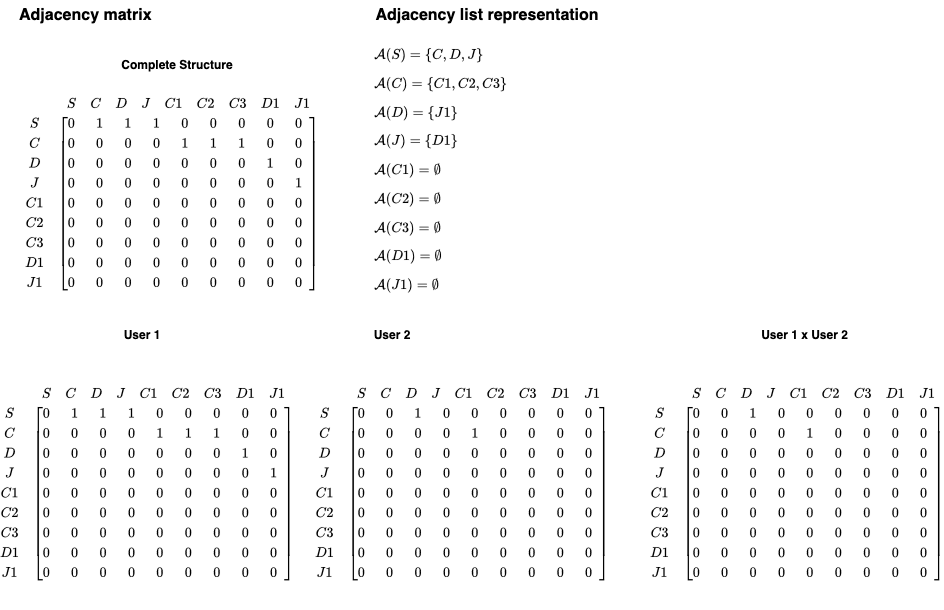
Before: design/geo-iam-Representation.drawio.png, a diagram exported from draw.io (heerden/geo-iam). Source tidied: cells renumbered, new cells last; positions are measured from the earlier drawing's top-left corner, leaving out a move shared by most shapes.
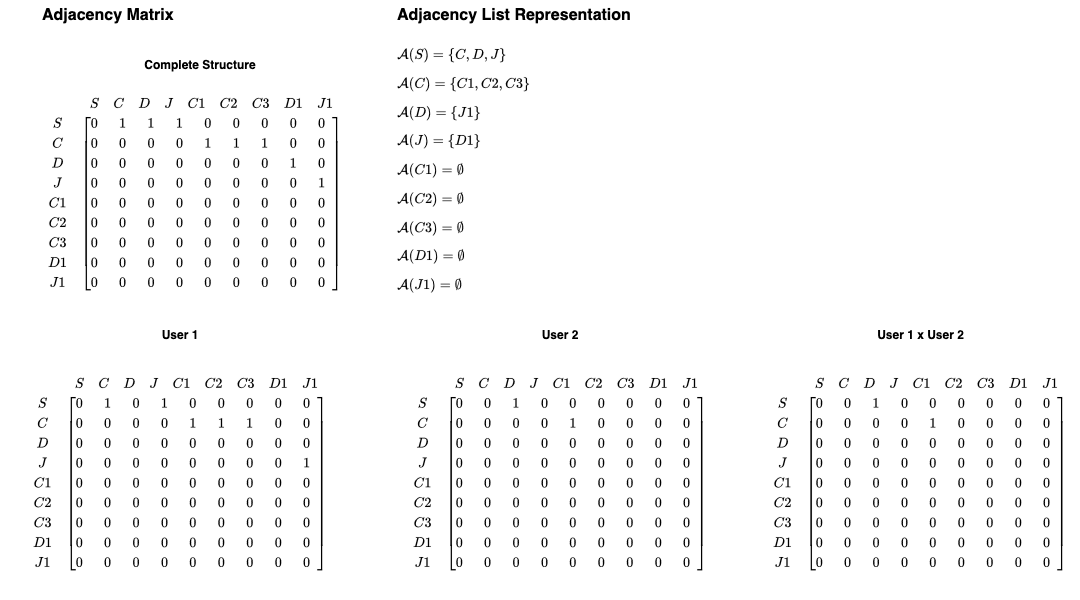
Above is the later version.

What changed in the source:
```diff
@@ -2,14 +2,14 @@
   <root>
     <mxCell id="0" />
     <mxCell id="1" parent="0" />
-    <mxCell id="2" value="Adjacency matrix" style="text;html=1;align=left;verticalAlign=middle;whiteSpace=wrap;rounded=0;fontStyle=1;fontSize=16;" parent="1" vertex="1">
+    <mxCell id="2" value="Adjacency Matrix" style="text;html=1;align=left;verticalAlign=middle;whiteSpace=wrap;rounded=0;fontStyle=1;fontSize=16;" parent="1" vertex="1">
       <mxGeometry x="10" width="230" height="30" as="geometry" />
     </mxCell>
     <mxCell id="3" value="$$&lt;br&gt;\begin{array}{c}&lt;br&gt;\begin{array}{c@{\hspace{0.5em}}c}&lt;br&gt;&amp;nbsp; &amp;amp; \begin{array}{ccccccccc}&lt;br&gt;&amp;nbsp;&amp;nbsp;&amp;nbsp; S &amp;amp; C &amp;amp; D &amp;amp; J &amp;amp; C1 &amp;amp; C2 &amp;amp; C3 &amp;amp; D1 &amp;amp; J1&lt;br&gt;&amp;nbsp; \end{array} \\&lt;br&gt;&amp;nbsp; \begin{array}{c}&lt;br&gt;&amp;nbsp;&amp;nbsp;&amp;nbsp; S \\ C \\ D \\ J \\ C1 \\ C2 \\ C3 \\ D1 \\ J1&lt;br&gt;&amp;nbsp; \end{array} &amp;amp;&lt;br&gt;&amp;nbsp; \left[&lt;br&gt;&amp;nbsp; \begin{array}{ccccccccc}&lt;br&gt;&amp;nbsp;&amp;nbsp;&amp;nbsp; 0\phantom{0} &amp;amp; 1\phantom{0} &amp;amp; 1\phantom{0} &amp;amp; 1\phantom{0} &amp;amp; 0\phantom{0} &amp;amp; 0\phantom{0} &amp;amp; 0\phantom{0} &amp;amp; 0\phantom{0} &amp;amp; 0\phantom{0} \\&lt;br&gt;&amp;nbsp;&amp;nbsp;&amp;nbsp; 0\phantom{0} &amp;amp; 0\phantom{0} &amp;amp; 0\phantom{0} &amp;amp; 0\phantom{0} &amp;amp; 1\phantom{0} &amp;amp; 1\phantom{0} &amp;amp; 1\phantom{0} &amp;amp; 0\phantom{0} &amp;amp; 0\phantom{0} \\&lt;br&gt;&amp;nbsp;&amp;nbsp;&amp;nbsp; 0\phantom{0} &amp;amp; 0\phantom{0} &amp;amp; 0\phantom{0} &amp;amp; 0\phantom{0} &amp;amp; 0\phantom{0} &amp;amp; 0\phantom{0} &amp;amp; 0\phantom{0} &amp;amp; 1\phantom{0} &amp;amp; 0\phantom{0} \\&lt;br&gt;&amp;nbsp;&amp;nbsp;&amp;nbsp; 0\phantom{0} &amp;amp; 0\phantom{0} &amp;amp; 0\phantom{0} &amp;amp; 0\phantom{0} &amp;amp; 0\phantom{0} &amp;amp; 0\phantom{0} &amp;amp; 0\phantom{0} &amp;amp; 0\phantom{0} &amp;amp; 1\phantom{0} \\&lt;br&gt;&amp;nbsp;&amp;nbsp;&amp;nbsp; 0\phantom{0} &amp;amp; 0\phantom{0} &amp;amp; 0\phantom{0} &amp;amp; 0\phantom{0} &amp;amp; 0\phantom{0} &amp;amp; 0\phantom{0} &amp;amp; 0\phantom{0} &amp;amp; 0\phantom{0} &amp;amp; 0\phantom{0} \\&lt;br&gt;&amp;nbsp;&amp;nbsp;&amp;nbsp; 0\phantom{0} &amp;amp; 0\phantom{0} &amp;amp; 0\phantom{0} &amp;amp; 0\phantom{0} &amp;amp; 0\phantom{0} &amp;amp; 0\phantom{0} &amp;amp; 0\phantom{0} &amp;amp; 0\phantom{0} &amp;amp; 0\phantom{0} \\&lt;br&gt;&amp;nbsp;&amp;nbsp;&amp;nbsp; 0\phantom{0} &amp;amp; 0\phantom{0} &amp;amp; 0\phantom{0} &amp;amp; 0\phantom{0} &amp;amp; 0\phantom{0} &amp;amp; 0\phantom{0} &amp;amp; 0\phantom{0} &amp;amp; 0\phantom{0} &amp;amp; 0\phantom{0} \\&lt;br&gt;&amp;nbsp;&amp;nbsp;&amp;nbsp; 0\phantom{0} &amp;amp; 0\phantom{0} &amp;amp; 0\phantom{0} &amp;amp; 0\phantom{0} &amp;amp; 0\phantom{0} &amp;amp; 0\phantom{0} &amp;amp; 0\phantom{0} &amp;amp; 0\phantom{0} &amp;amp; 0\phantom{0} \\&lt;br&gt;&amp;nbsp;&amp;nbsp;&amp;nbsp; 0\phantom{0} &amp;amp; 0\phantom{0} &amp;amp; 0\phantom{0} &amp;amp; 0\phantom{0} &amp;amp; 0\phantom{0} &amp;amp; 0\phantom{0} &amp;amp; 0\phantom{0} &amp;amp; 0\phantom{0} &amp;amp; 0\phantom{0} \\&lt;br&gt;&amp;nbsp; \end{array}&lt;br&gt;&amp;nbsp; \right]&lt;br&gt;\end{array}&lt;br&gt;\end{array}&lt;br&gt;$$&lt;div&gt;&lt;br&gt;&lt;/div&gt;" style="text;html=1;align=center;verticalAlign=middle;whiteSpace=wrap;rounded=0;" parent="1" vertex="1">
       <mxGeometry x="10" y="80" width="310" height="240" as="geometry" />
     </mxCell>
-    <mxCell id="4" value="Adjacency list representation" style="text;html=1;align=center;verticalAlign=middle;whiteSpace=wrap;rounded=0;fontStyle=1;fontSize=16;" parent="1" vertex="1">
-      <mxGeometry x="365" width="230" height="30" as="geometry" />
+    <mxCell id="4" value="Adjacency List Representation" style="text;html=1;align=left;verticalAlign=middle;whiteSpace=wrap;rounded=0;fontStyle=1;fontSize=16;" parent="1" vertex="1">
+      <mxGeometry x="365" width="265" height="30" as="geometry" />
     </mxCell>
     <mxCell id="5" value="$$\mathcal{A}(S) = \{C, D, J\}$$" style="text;html=1;align=left;verticalAlign=middle;whiteSpace=wrap;rounded=0;" parent="1" vertex="1">
       <mxGeometry x="365" y="45" width="215" height="20" as="geometry" />
@@ -42,22 +42,22 @@
       <mxGeometry x="90" y="50" width="160" height="30" as="geometry" />
     </mxCell>
     <mxCell id="15" value="User 1" style="text;html=1;align=center;verticalAlign=middle;whiteSpace=wrap;rounded=0;fontStyle=1;" parent="1" vertex="1">
-      <mxGeometry x="105" y="320" width="60" height="30" as="geometry" />
+      <mxGeometry x="120" y="320" width="60" height="30" as="geometry" />
     </mxCell>
     <mxCell id="16" value="User 2" style="text;html=1;align=center;verticalAlign=middle;whiteSpace=wrap;rounded=0;fontStyle=1;" parent="1" vertex="1">
-      <mxGeometry x="355" y="320" width="60" height="30" as="geometry" />
+      <mxGeometry x="499.5" y="320" width="60" height="30" as="geometry" />
     </mxCell>
     <mxCell id="17" value="User 1 x User 2" style="text;html=1;align=center;verticalAlign=middle;whiteSpace=wrap;rounded=0;fontStyle=1;" parent="1" vertex="1">
-      <mxGeometry x="750" y="320" width="95" height="30" as="geometry" />
+      <mxGeometry x="842.5" y="320" width="95" height="30" as="geometry" />
     </mxCell>
-    <mxCell id="18" value="$$&lt;br&gt;\begin{array}{c}&lt;br&gt;\begin{array}{c@{\hspace{0.5em}}c}&lt;br&gt;&amp;nbsp; &amp;amp; \begin{array}{ccccccccc}&lt;br&gt;&amp;nbsp;&amp;nbsp;&amp;nbsp; S &amp;amp; C &amp;amp; D &amp;amp; J &amp;amp; C1 &amp;amp; C2 &amp;amp; C3 &amp;amp; D1 &amp;amp; J1&lt;br&gt;&amp;nbsp; \end{array} \\&lt;br&gt;&amp;nbsp; \begin{array}{c}&lt;br&gt;&amp;nbsp;&amp;nbsp;&amp;nbsp; S \\ C \\ D \\ J \\ C1 \\ C2 \\ C3 \\ D1 \\ J1&lt;br&gt;&amp;nbsp; \end{array} &amp;amp;&lt;br&gt;&amp;nbsp; \left[&lt;br&gt;&amp;nbsp; \begin{array}{ccccccccc}&lt;br&gt;&amp;nbsp;&amp;nbsp;&amp;nbsp; 0\phantom{0} &amp;amp; 1\phantom{0} &amp;amp; 1\phantom{0} &amp;amp; 1\phantom{0} &amp;amp; 0\phantom{0} &amp;amp; 0\phantom{0} &amp;amp; 0\phantom{0} &amp;amp; 0\phantom{0} &amp;amp; 0\phantom{0} \\&lt;br&gt;&amp;nbsp;&amp;nbsp;&amp;nbsp; 0\phantom{0} &amp;amp; 0\phantom{0} &amp;amp; 0\phantom{0} &amp;amp; 0\phantom{0} &amp;amp; 1\phantom{0} &amp;amp; 1\phantom{0} &amp;amp; 1\phantom{0} &amp;amp; 0\phantom{0} &amp;amp; 0\phantom{0} \\&lt;br&gt;&amp;nbsp;&amp;nbsp;&amp;nbsp; 0\phantom{0} &amp;amp; 0\phantom{0} &amp;amp; 0\phantom{0} &amp;amp; 0\phantom{0} &amp;amp; 0\phantom{0} &amp;amp; 0\phantom{0} &amp;amp; 0\phantom{0} &amp;amp; 1\phantom{0} &amp;amp; 0\phantom{0} \\&lt;br&gt;&amp;nbsp;&amp;nbsp;&amp;nbsp; 0\phantom{0} &amp;amp; 0\phantom{0} &amp;amp; 0\phantom{0} &amp;amp; 0\phantom{0} &amp;amp; 0\phantom{0} &amp;amp; 0\phantom{0} &amp;amp; 0\phantom{0} &amp;amp; 0\phantom{0} &amp;amp; 1\phantom{0} \\&lt;br&gt;&amp;nbsp;&amp;nbsp;&amp;nbsp; 0\phantom{0} &amp;amp; 0\phantom{0} &amp;amp; 0\phantom{0} &amp;amp; 0\phantom{0} &amp;amp; 0\phantom{0} &amp;amp; 0\phantom{0} &amp;amp; 0\phantom{0} &amp;amp; 0\phantom{0} &amp;amp; 0\phantom{0} \\&lt;br&gt;&amp;nbsp;&amp;nbsp;&amp;nbsp; 0\phantom{0} &amp;amp; 0\phantom{0} &amp;amp; 0\phantom{0} &amp;amp; 0\phantom{0} &amp;amp; 0\phantom{0} &amp;amp; 0\phantom{0} &amp;amp; 0\phantom{0} &amp;amp; 0\phantom{0} &amp;amp; 0\phantom{0} \\&lt;br&gt;&amp;nbsp;&amp;nbsp;&amp;nbsp; 0\phantom{0} &amp;amp; 0\phantom{0} &amp;amp; 0\phantom{0} &amp;amp; 0\phantom{0} &amp;amp; 0\phantom{0} &amp;amp; 0\phantom{0} &amp;amp; 0\phantom{0} &amp;amp; 0\phantom{0} &amp;amp; 0\phantom{0} \\&lt;br&gt;&amp;nbsp;&amp;nbsp;&amp;nbsp; 0\phantom{0} &amp;amp; 0\phantom{0} &amp;amp; 0\phantom{0} &amp;amp; 0\phantom{0} &amp;amp; 0\phantom{0} &amp;amp; 0\phantom{0} &amp;amp; 0\phantom{0} &amp;amp; 0\phantom{0} &amp;amp; 0\phantom{0} \\&lt;br&gt;&amp;nbsp;&amp;nbsp;&amp;nbsp; 0\phantom{0} &amp;amp; 0\phantom{0} &amp;amp; 0\phantom{0} &amp;amp; 0\phantom{0} &amp;amp; 0\phantom{0} &amp;amp; 0\phantom{0} &amp;amp; 0\phantom{0} &amp;amp; 0\phantom{0} &amp;amp; 0\phantom{0} \\&lt;br&gt;&amp;nbsp; \end{array}&lt;br&gt;&amp;nbsp; \right]&lt;br&gt;\end{array}&lt;br&gt;\end{array}&lt;br&gt;$$&lt;div&gt;&lt;br&gt;&lt;/div&gt;" style="text;html=1;align=center;verticalAlign=middle;whiteSpace=wrap;rounded=0;" parent="1" vertex="1">
-      <mxGeometry y="370" width="280" height="240" as="geometry" />
+    <mxCell id="18" value="$$&lt;br&gt;\begin{array}{c}&lt;br&gt;\begin{array}{c@{\hspace{0.5em}}c}&lt;br&gt;&amp;nbsp; &amp;amp; \begin{array}{ccccccccc}&lt;br&gt;&amp;nbsp;&amp;nbsp;&amp;nbsp; S &amp;amp; C &amp;amp; D &amp;amp; J &amp;amp; C1 &amp;amp; C2 &amp;amp; C3 &amp;amp; D1 &amp;amp; J1&lt;br&gt;&amp;nbsp; \end{array} \\&lt;br&gt;&amp;nbsp; \begin{array}{c}&lt;br&gt;&amp;nbsp;&amp;nbsp;&amp;nbsp; S \\ C \\ D \\ J \\ C1 \\ C2 \\ C3 \\ D1 \\ J1&lt;br&gt;&amp;nbsp; \end{array} &amp;amp;&lt;br&gt;&amp;nbsp; \left[&lt;br&gt;&amp;nbsp; \begin{array}{ccccccccc}&lt;br&gt;&amp;nbsp;&amp;nbsp;&amp;nbsp; 0\phantom{0} &amp;amp; 1\phantom{0} &amp;amp; 0\phantom{0} &amp;amp; 1\phantom{0} &amp;amp; 0\phantom{0} &amp;amp; 0\phantom{0} &amp;amp; 0\phantom{0} &amp;amp; 0\phantom{0} &amp;amp; 0\phantom{0} \\&lt;br&gt;&amp;nbsp;&amp;nbsp;&amp;nbsp; 0\phantom{0} &amp;amp; 0\phantom{0} &amp;amp; 0\phantom{0} &amp;amp; 0\phantom{0} &amp;amp; 1\phantom{0} &amp;amp; 1\phantom{0} &amp;amp; 1\phantom{0} &amp;amp; 0\phantom{0} &amp;amp; 0\phantom{0} \\&lt;br&gt;&amp;nbsp;&amp;nbsp;&amp;nbsp; 0\phantom{0} &amp;amp; 0\phantom{0} &amp;amp; 0\phantom{0} &amp;amp; 0\phantom{0} &amp;amp; 0\phantom{0} &amp;amp; 0\phantom{0} &amp;amp; 0\phantom{0} &amp;amp; 0\phantom{0} &amp;amp; 0\phantom{0} \\&lt;br&gt;&amp;nbsp;&amp;nbsp;&amp;nbsp; 0\phantom{0} &amp;amp; 0\phantom{0} &amp;amp; 0\phantom{0} &amp;amp; 0\phantom{0} &amp;amp; 0\phantom{0} &amp;amp; 0\phantom{0} &amp;amp; 0\phantom{0} &amp;amp; 0\phantom{0} &amp;amp; 1\phantom{0} \\&lt;br&gt;&amp;nbsp;&amp;nbsp;&amp;nbsp; 0\phantom{0} &amp;amp; 0\phantom{0} &amp;amp; 0\phantom{0} &amp;amp; 0\phantom{0} &amp;amp; 0\phantom{0} &amp;amp; 0\phantom{0} &amp;amp; 0\phantom{0} &amp;amp; 0\phantom{0} &amp;amp; 0\phantom{0} \\&lt;br&gt;&amp;nbsp;&amp;nbsp;&amp;nbsp; 0\phantom{0} &amp;amp; 0\phantom{0} &amp;amp; 0\phantom{0} &amp;amp; 0\phantom{0} &amp;amp; 0\phantom{0} &amp;amp; 0\phantom{0} &amp;amp; 0\phantom{0} &amp;amp; 0\phantom{0} &amp;amp; 0\phantom{0} \\&lt;br&gt;&amp;nbsp;&amp;nbsp;&amp;nbsp; 0\phantom{0} &amp;amp; 0\phantom{0} &amp;amp; 0\phantom{0} &amp;amp; 0\phantom{0} &amp;amp; 0\phantom{0} &amp;amp; 0\phantom{0} &amp;amp; 0\phantom{0} &amp;amp; 0\phantom{0} &amp;amp; 0\phantom{0} \\&lt;br&gt;&amp;nbsp;&amp;nbsp;&amp;nbsp; 0\phantom{0} &amp;amp; 0\phantom{0} &amp;amp; 0\phantom{0} &amp;amp; 0\phantom{0} &amp;amp; 0\phantom{0} &amp;amp; 0\phantom{0} &amp;amp; 0\phantom{0} &amp;amp; 0\phantom{0} &amp;amp; 0\phantom{0} \\&lt;br&gt;&amp;nbsp;&amp;nbsp;&amp;nbsp; 0\phantom{0} &amp;amp; 0\phantom{0} &amp;amp; 0\phantom{0} &amp;amp; 0\phantom{0} &amp;amp; 0\phantom{0} &amp;amp; 0\phantom{0} &amp;amp; 0\phantom{0} &amp;amp; 0\phantom{0} &amp;amp; 0\phantom{0} \\&lt;br&gt;&amp;nbsp; \end{array}&lt;br&gt;&amp;nbsp; \right]&lt;br&gt;\end{array}&lt;br&gt;\end{array}&lt;br&gt;$$&lt;div&gt;&lt;br&gt;&lt;/div&gt;" style="text;html=1;align=center;verticalAlign=middle;whiteSpace=wrap;rounded=0;" parent="1" vertex="1">
+      <mxGeometry x="-30" y="360" width="360" height="240" as="geometry" />
     </mxCell>
     <mxCell id="19" value="$$&lt;br&gt;\begin{array}{c}&lt;br&gt;\begin{array}{c@{\hspace{0.5em}}c}&lt;br&gt;&amp;nbsp; &amp;amp; \begin{array}{ccccccccc}&lt;br&gt;&amp;nbsp;&amp;nbsp;&amp;nbsp; S &amp;amp; C &amp;amp; D &amp;amp; J &amp;amp; C1 &amp;amp; C2 &amp;amp; C3 &amp;amp; D1 &amp;amp; J1&lt;br&gt;&amp;nbsp; \end{array} \\&lt;br&gt;&amp;nbsp; \begin{array}{c}&lt;br&gt;&amp;nbsp;&amp;nbsp;&amp;nbsp; S \\ C \\ D \\ J \\ C1 \\ C2 \\ C3 \\ D1 \\ J1&lt;br&gt;&amp;nbsp; \end{array} &amp;amp;&lt;br&gt;&amp;nbsp; \left[&lt;br&gt;&amp;nbsp; \begin{array}{ccccccccc}&lt;br&gt;&amp;nbsp;&amp;nbsp;&amp;nbsp; 0\phantom{0} &amp;amp; 0\phantom{0} &amp;amp; 1\phantom{0} &amp;amp; 0\phantom{0} &amp;amp; 0\phantom{0} &amp;amp; 0\phantom{0} &amp;amp; 0\phantom{0} &amp;amp; 0\phantom{0} &amp;amp; 0\phantom{0} \\&lt;br&gt;&amp;nbsp;&amp;nbsp;&amp;nbsp; 0\phantom{0} &amp;amp; 0\phantom{0} &amp;amp; 0\phantom{0} &amp;amp; 0\phantom{0} &amp;amp; 1\phantom{0} &amp;amp; 0\phantom{0} &amp;amp; 0\phantom{0} &amp;amp; 0\phantom{0} &amp;amp; 0\phantom{0} \\&lt;br&gt;&amp;nbsp;&amp;nbsp;&amp;nbsp; 0\phantom{0} &amp;amp; 0\phantom{0} &amp;amp; 0\phantom{0} &amp;amp; 0\phantom{0} &amp;amp; 0\phantom{0} &amp;amp; 0\phantom{0} &amp;amp; 0\phantom{0} &amp;amp; 0\phantom{0} &amp;amp; 0\phantom{0} \\&lt;br&gt;&amp;nbsp;&amp;nbsp;&amp;nbsp; 0\phantom{0} &amp;amp; 0\phantom{0} &amp;amp; 0\phantom{0} &amp;amp; 0\phantom{0} &amp;amp; 0\phantom{0} &amp;amp; 0\phantom{0} &amp;amp; 0\phantom{0} &amp;amp; 0\phantom{0} &amp;amp; 0\phantom{0} \\&lt;br&gt;&amp;nbsp;&amp;nbsp;&amp;nbsp; 0\phantom{0} &amp;amp; 0\phantom{0} &amp;amp; 0\phantom{0} &amp;amp; 0\phantom{0} &amp;amp; 0\phantom{0} &amp;amp; 0\phantom{0} &amp;amp; 0\phantom{0} &amp;amp; 0\phantom{0} &amp;amp; 0\phantom{0} \\&lt;br&gt;&amp;nbsp;&amp;nbsp;&amp;nbsp; 0\phantom{0} &amp;amp; 0\phantom{0} &amp;amp; 0\phantom{0} &amp;amp; 0\phantom{0} &amp;amp; 0\phantom{0} &amp;amp; 0\phantom{0} &amp;amp; 0\phantom{0} &amp;amp; 0\phantom{0} &amp;amp; 0\phantom{0} \\&lt;br&gt;&amp;nbsp;&amp;nbsp;&amp;nbsp; 0\phantom{0} &amp;amp; 0\phantom{0} &amp;amp; 0\phantom{0} &amp;amp; 0\phantom{0} &amp;amp; 0\phantom{0} &amp;amp; 0\phantom{0} &amp;amp; 0\phantom{0} &amp;amp; 0\phantom{0} &amp;amp; 0\phantom{0} \\&lt;br&gt;&amp;nbsp;&amp;nbsp;&amp;nbsp; 0\phantom{0} &amp;amp; 0\phantom{0} &amp;amp; 0\phantom{0} &amp;amp; 0\phantom{0} &amp;amp; 0\phantom{0} &amp;amp; 0\phantom{0} &amp;amp; 0\phantom{0} &amp;amp; 0\phantom{0} &amp;amp; 0\phantom{0} \\&lt;br&gt;&amp;nbsp;&amp;nbsp;&amp;nbsp; 0\phantom{0} &amp;amp; 0\phantom{0} &amp;amp; 0\phantom{0} &amp;amp; 0\phantom{0} &amp;amp; 0\phantom{0} &amp;amp; 0\phantom{0} &amp;amp; 0\phantom{0} &amp;amp; 0\phantom{0} &amp;amp; 0\phantom{0} \\&lt;br&gt;&amp;nbsp; \end{array}&lt;br&gt;&amp;nbsp; \right]&lt;br&gt;\end{array}&lt;br&gt;\end{array}&lt;br&gt;$$&lt;div&gt;&lt;br&gt;&lt;/div&gt;" style="text;html=1;align=center;verticalAlign=middle;whiteSpace=wrap;rounded=0;" parent="1" vertex="1">
-      <mxGeometry x="315" y="370" width="280" height="240" as="geometry" />
+      <mxGeometry x="370" y="360" width="319" height="240" as="geometry" />
     </mxCell>
     <mxCell id="20" value="$$&lt;br&gt;\begin{array}{c}&lt;br&gt;\begin{array}{c@{\hspace{0.5em}}c}&lt;br&gt;&amp;nbsp; &amp;amp; \begin{array}{ccccccccc}&lt;br&gt;&amp;nbsp;&amp;nbsp;&amp;nbsp; S &amp;amp; C &amp;amp; D &amp;amp; J &amp;amp; C1 &amp;amp; C2 &amp;amp; C3 &amp;amp; D1 &amp;amp; J1&lt;br&gt;&amp;nbsp; \end{array} \\&lt;br&gt;&amp;nbsp; \begin{array}{c}&lt;br&gt;&amp;nbsp;&amp;nbsp;&amp;nbsp; S \\ C \\ D \\ J \\ C1 \\ C2 \\ C3 \\ D1 \\ J1&lt;br&gt;&amp;nbsp; \end{array} &amp;amp;&lt;br&gt;&amp;nbsp; \left[&lt;br&gt;&amp;nbsp; \begin{array}{ccccccccc}&lt;br&gt;&amp;nbsp;&amp;nbsp;&amp;nbsp; 0\phantom{0} &amp;amp; 0\phantom{0} &amp;amp; 1\phantom{0} &amp;amp; 0\phantom{0} &amp;amp; 0\phantom{0} &amp;amp; 0\phantom{0} &amp;amp; 0\phantom{0} &amp;amp; 0\phantom{0} &amp;amp; 0\phantom{0} \\&lt;br&gt;&amp;nbsp;&amp;nbsp;&amp;nbsp; 0\phantom{0} &amp;amp; 0\phantom{0} &amp;amp; 0\phantom{0} &amp;amp; 0\phantom{0} &amp;amp; 1\phantom{0} &amp;amp; 0\phantom{0} &amp;amp; 0\phantom{0} &amp;amp; 0\phantom{0} &amp;amp; 0\phantom{0} \\&lt;br&gt;&amp;nbsp;&amp;nbsp;&amp;nbsp; 0\phantom{0} &amp;amp; 0\phantom{0} &amp;amp; 0\phantom{0} &amp;amp; 0\phantom{0} &amp;amp; 0\phantom{0} &amp;amp; 0\phantom{0} &amp;amp; 0\phantom{0} &amp;amp; 0\phantom{0} &amp;amp; 0\phantom{0} \\&lt;br&gt;&amp;nbsp;&amp;nbsp;&amp;nbsp; 0\phantom{0} &amp;amp; 0\phantom{0} &amp;amp; 0\phantom{0} &amp;amp; 0\phantom{0} &amp;amp; 0\phantom{0} &amp;amp; 0\phantom{0} &amp;amp; 0\phantom{0} &amp;amp; 0\phantom{0} &amp;amp; 0\phantom{0} \\&lt;br&gt;&amp;nbsp;&amp;nbsp;&amp;nbsp; 0\phantom{0} &amp;amp; 0\phantom{0} &amp;amp; 0\phantom{0} &amp;amp; 0\phantom{0} &amp;amp; 0\phantom{0} &amp;amp; 0\phantom{0} &amp;amp; 0\phantom{0} &amp;amp; 0\phantom{0} &amp;amp; 0\phantom{0} \\&lt;br&gt;&amp;nbsp;&amp;nbsp;&amp;nbsp; 0\phantom{0} &amp;amp; 0\phantom{0} &amp;amp; 0\phantom{0} &amp;amp; 0\phantom{0} &amp;amp; 0\phantom{0} &amp;amp; 0\phantom{0} &amp;amp; 0\phantom{0} &amp;amp; 0\phantom{0} &amp;amp; 0\phantom{0} \\&lt;br&gt;&amp;nbsp;&amp;nbsp;&amp;nbsp; 0\phantom{0} &amp;amp; 0\phantom{0} &amp;amp; 0\phantom{0} &amp;amp; 0\phantom{0} &amp;amp; 0\phantom{0} &amp;amp; 0\phantom{0} &amp;amp; 0\phantom{0} &amp;amp; 0\phantom{0} &amp;amp; 0\phantom{0} \\&lt;br&gt;&amp;nbsp;&amp;nbsp;&amp;nbsp; 0\phantom{0} &amp;amp; 0\phantom{0} &amp;amp; 0\phantom{0} &amp;amp; 0\phantom{0} &amp;amp; 0\phantom{0} &amp;amp; 0\phantom{0} &amp;amp; 0\phantom{0} &amp;amp; 0\phantom{0} &amp;amp; 0\phantom{0} \\&lt;br&gt;&amp;nbsp;&amp;nbsp;&amp;nbsp; 0\phantom{0} &amp;amp; 0\phantom{0} &amp;amp; 0\phantom{0} &amp;amp; 0\phantom{0} &amp;amp; 0\phantom{0} &amp;amp; 0\phantom{0} &amp;amp; 0\phantom{0} &amp;amp; 0\phantom{0} &amp;amp; 0\phantom{0} \\&lt;br&gt;&amp;nbsp; \end{array}&lt;br&gt;&amp;nbsp; \right]&lt;br&gt;\end{array}&lt;br&gt;\end{array}&lt;br&gt;$$&lt;div&gt;&lt;br&gt;&lt;/div&gt;" style="text;html=1;align=center;verticalAlign=middle;whiteSpace=wrap;rounded=0;" parent="1" vertex="1">
-      <mxGeometry x="650" y="370" width="280" height="240" as="geometry" />
+      <mxGeometry x="730" y="360" width="320" height="240" as="geometry" />
     </mxCell>
   </root>
 </mxGraphModel>
```
